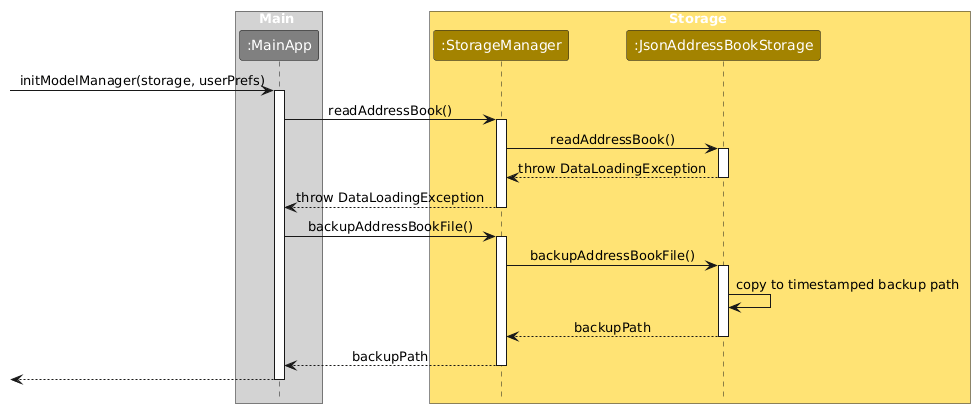
Above: docs/images/BackupCorruptedFileSequenceDiagram.png in AY2627S1-CS2103T-F11-1/tp (PlantUML), before the change.
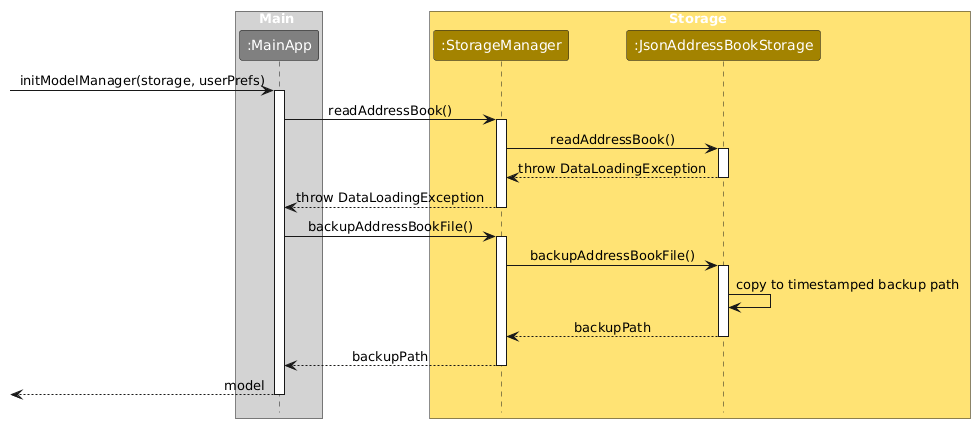
The same diagram one commit later.

Commit message:
Refine Commons boundary and method labels in storage sequence diagrams

Change to the diagram source:
```diff
@@ -112,6 +112,6 @@
 StorageManager --> MainApp : backupPath
 deactivate StorageManager
 
-[<-- MainApp
+[<-- MainApp : model
 deactivate MainApp
 @enduml
```
